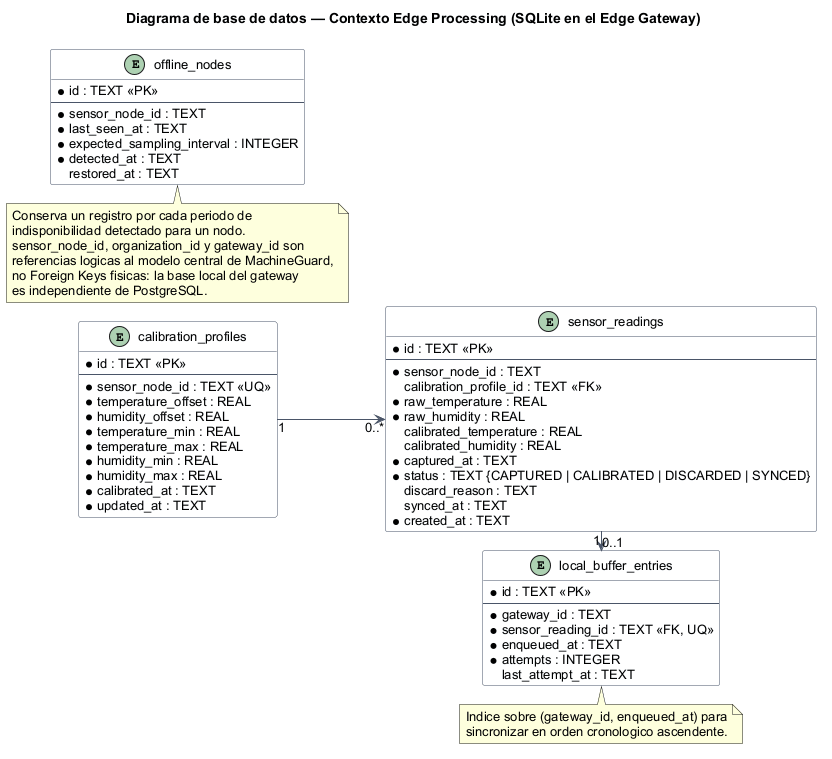
This is assets/img/chapter-4/BC Edge Processing/Database Design Diagram - Edge Processing.png from MachineGuard/MachineGuard-Documentation, a PlantUML export, as it was before one commit. Its diagram source:
```plantuml
@startuml
!pragma layout smetana
title Diagrama de base de datos — Contexto Edge Processing (SQLite en el Edge Gateway)

left to right direction
skinparam backgroundColor white
skinparam shadowing false
skinparam defaultFontName Arial
skinparam defaultFontSize 13
skinparam classBorderColor #4A5568
skinparam classBackgroundColor #F8FAFC
skinparam ArrowColor #4A5568
skinparam linetype ortho
skinparam nodesep 70
skinparam ranksep 70
hide methods
hide stereotypes

entity calibration_profiles {
  * id : TEXT <<PK>>
  --
  * sensor_node_id : TEXT <<UQ>>
  * temperature_offset : REAL
  * humidity_offset : REAL
  * temperature_min : REAL
  * temperature_max : REAL
  * humidity_min : REAL
  * humidity_max : REAL
  * calibrated_at : TEXT
  * updated_at : TEXT
}

entity sensor_readings {
  * id : TEXT <<PK>>
  --
  * sensor_node_id : TEXT
  calibration_profile_id : TEXT <<FK>>
  * raw_temperature : REAL
  * raw_humidity : REAL
  calibrated_temperature : REAL
  calibrated_humidity : REAL
  * captured_at : TEXT
  * status : TEXT {CAPTURED | CALIBRATED | DISCARDED | SYNCED}
  discard_reason : TEXT
  synced_at : TEXT
  * created_at : TEXT
}

entity local_buffer_entries {
  * id : TEXT <<PK>>
  --
  * gateway_id : TEXT
  * sensor_reading_id : TEXT <<FK, UQ>>
  * enqueued_at : TEXT
  * attempts : INTEGER
  last_attempt_at : TEXT
}

entity offline_nodes {
  * id : TEXT <<PK>>
  --
  * sensor_node_id : TEXT
  * last_seen_at : TEXT
  * expected_sampling_interval : INTEGER
  * detected_at : TEXT
  restored_at : TEXT
}

calibration_profiles "1" -down-> "0..*" sensor_readings
sensor_readings "1" -right-> "0..1" local_buffer_entries

note bottom of offline_nodes
  Conserva un registro por cada periodo de
  indisponibilidad detectado para un nodo.
  sensor_node_id, organization_id y gateway_id son
  referencias logicas al modelo central de MachineGuard,
  no Foreign Keys fisicas: la base local del gateway
  es independiente de PostgreSQL.
end note

note bottom of local_buffer_entries
  Indice sobre (gateway_id, enqueued_at) para
  sincronizar en orden cronologico ascendente.
end note
@enduml
```
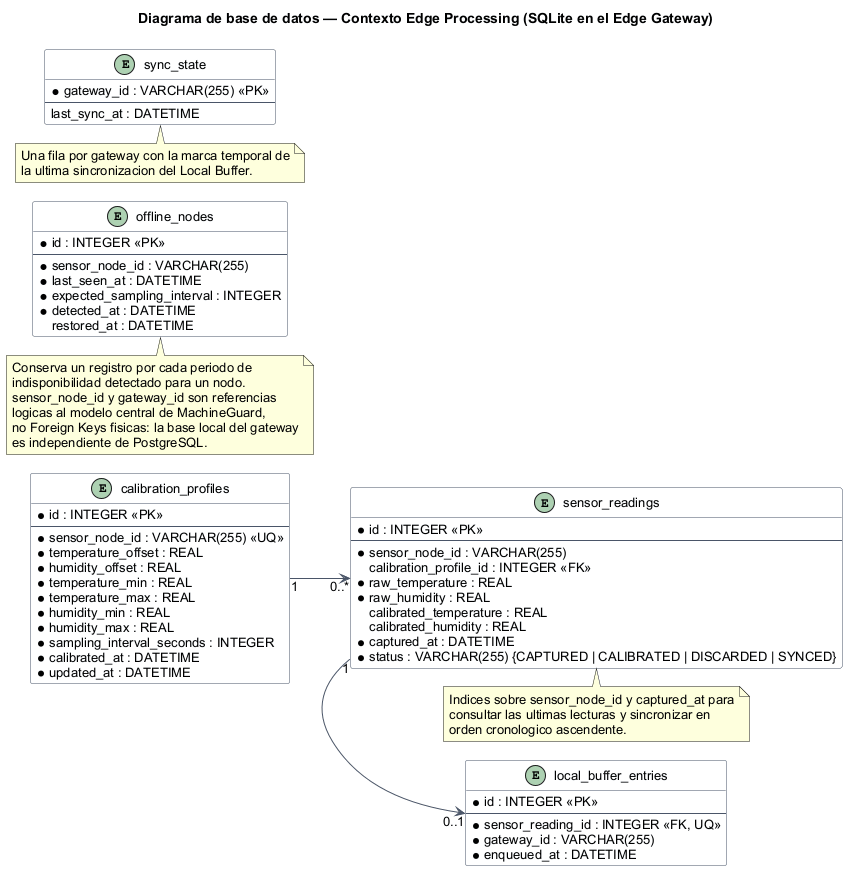
The same diagram one commit later.

Commit message:
docs(chapter4): align Edge Processing database design with the implemented SQLite schema

What changed in the source:
```diff
@@ -17,53 +17,55 @@
 hide stereotypes
 
 entity calibration_profiles {
-  * id : TEXT <<PK>>
+  * id : INTEGER <<PK>>
   --
-  * sensor_node_id : TEXT <<UQ>>
+  * sensor_node_id : VARCHAR(255) <<UQ>>
   * temperature_offset : REAL
   * humidity_offset : REAL
   * temperature_min : REAL
   * temperature_max : REAL
   * humidity_min : REAL
   * humidity_max : REAL
-  * calibrated_at : TEXT
-  * updated_at : TEXT
+  * sampling_interval_seconds : INTEGER
+  * calibrated_at : DATETIME
+  * updated_at : DATETIME
 }
 
 entity sensor_readings {
-  * id : TEXT <<PK>>
+  * id : INTEGER <<PK>>
   --
-  * sensor_node_id : TEXT
-  calibration_profile_id : TEXT <<FK>>
+  * sensor_node_id : VARCHAR(255)
+  calibration_profile_id : INTEGER <<FK>>
   * raw_temperature : REAL
   * raw_humidity : REAL
   calibrated_temperature : REAL
   calibrated_humidity : REAL
-  * captured_at : TEXT
-  * status : TEXT {CAPTURED | CALIBRATED | DISCARDED | SYNCED}
-  discard_reason : TEXT
-  synced_at : TEXT
-  * created_at : TEXT
+  * captured_at : DATETIME
+  * status : VARCHAR(255) {CAPTURED | CALIBRATED | DISCARDED | SYNCED}
 }
 
 entity local_buffer_entries {
-  * id : TEXT <<PK>>
+  * id : INTEGER <<PK>>
   --
-  * gateway_id : TEXT
-  * sensor_reading_id : TEXT <<FK, UQ>>
-  * enqueued_at : TEXT
-  * attempts : INTEGER
-  last_attempt_at : TEXT
+  * sensor_reading_id : INTEGER <<FK, UQ>>
+  * gateway_id : VARCHAR(255)
+  * enqueued_at : DATETIME
 }
 
 entity offline_nodes {
-  * id : TEXT <<PK>>
+  * id : INTEGER <<PK>>
   --
-  * sensor_node_id : TEXT
-  * last_seen_at : TEXT
+  * sensor_node_id : VARCHAR(255)
+  * last_seen_at : DATETIME
   * expected_sampling_interval : INTEGER
-  * detected_at : TEXT
-  restored_at : TEXT
+  * detected_at : DATETIME
+  restored_at : DATETIME
+}
+
+entity sync_state {
+  * gateway_id : VARCHAR(255) <<PK>>
+  --
+  last_sync_at : DATETIME
 }
 
 calibration_profiles "1" -down-> "0..*" sensor_readings
@@ -72,14 +74,20 @@
 note bottom of offline_nodes
   Conserva un registro por cada periodo de
   indisponibilidad detectado para un nodo.
-  sensor_node_id, organization_id y gateway_id son
-  referencias logicas al modelo central de MachineGuard,
+  sensor_node_id y gateway_id son referencias
+  logicas al modelo central de MachineGuard,
   no Foreign Keys fisicas: la base local del gateway
   es independiente de PostgreSQL.
 end note
 
-note bottom of local_buffer_entries
-  Indice sobre (gateway_id, enqueued_at) para
-  sincronizar en orden cronologico ascendente.
+note bottom of sensor_readings
+  Indices sobre sensor_node_id y captured_at para
+  consultar las ultimas lecturas y sincronizar en
+  orden cronologico ascendente.
+end note
+
+note bottom of sync_state
+  Una fila por gateway con la marca temporal de
+  la ultima sincronizacion del Local Buffer.
 end note
 @enduml
```
